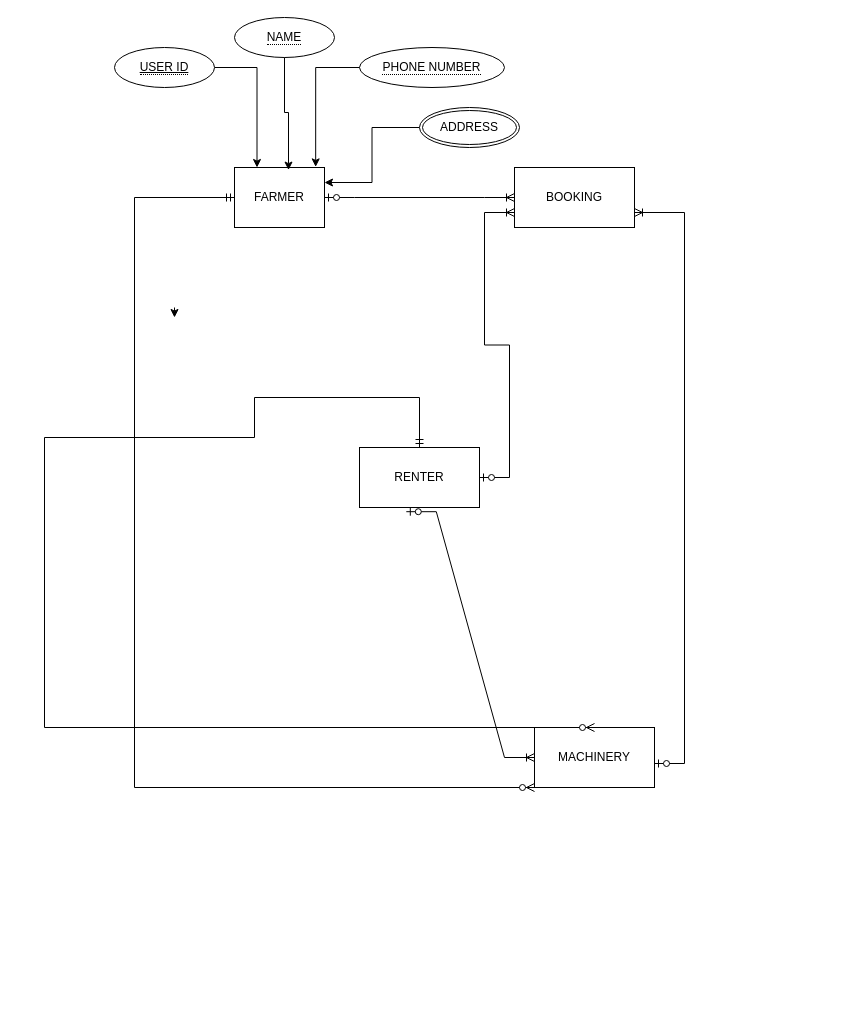
The draw.io diagram src/pages/homepage/Untitled Diagram.drawio in amani387/crwn-clothing, before the edit. Source tidied: cells renumbered, new cells numbered last; positions are measured from the earlier drawing's top-left corner, leaving out a move shared by most shapes. Both pictures are drawn from the tidied source at 100%, with x=0, y=0 at pixel (44, 17).
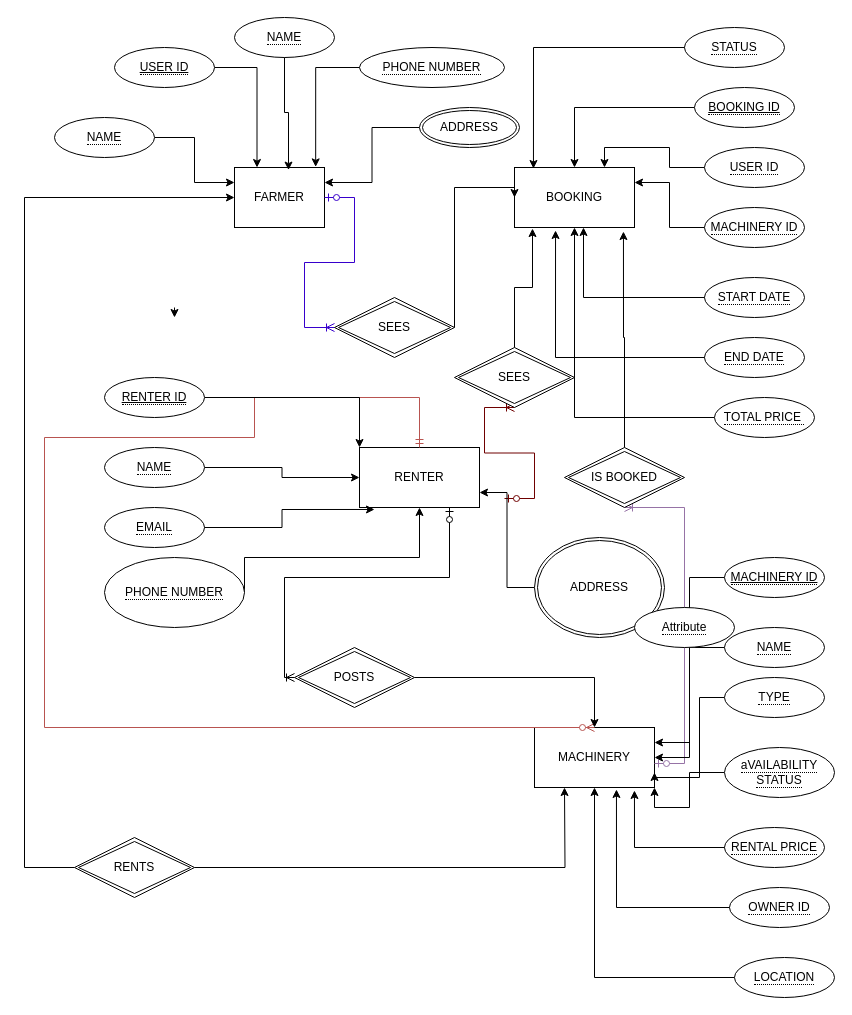
Above is the later version.

Unchanged cells that the change refers to:
```xml
<mxCell id="2" value="MACHINERY" style="rounded=0;whiteSpace=wrap;html=1;" parent="1" vertex="1">
  <mxGeometry x="490" y="710" width="120" height="60" as="geometry" />
</mxCell>
<mxCell id="3" value="BOOKING" style="rounded=0;whiteSpace=wrap;html=1;" parent="1" vertex="1">
  <mxGeometry x="470" y="150" width="120" height="60" as="geometry" />
</mxCell>
<mxCell id="4" value="RENTER" style="rounded=0;whiteSpace=wrap;html=1;" parent="1" vertex="1">
  <mxGeometry x="315" y="430" width="120" height="60" as="geometry" />
</mxCell>
<mxCell id="5" value="FARMER" style="rounded=0;whiteSpace=wrap;html=1;" parent="1" vertex="1">
  <mxGeometry x="190" y="150" width="90" height="60" as="geometry" />
</mxCell>
```

What changed in the source:
```diff
@@
-    <mxCell id="7" style="edgeStyle=entityRelationEdgeStyle;fontSize=12;html=1;endArrow=ERoneToMany;startArrow=ERzeroToOne;rounded=0;exitX=1;exitY=0.5;exitDx=0;exitDy=0;entryX=0;entryY=0.75;entryDx=0;entryDy=0;" parent="1" edge="1" source="4" target="3">
+    <mxCell id="7" style="edgeStyle=entityRelationEdgeStyle;fontSize=12;html=1;endArrow=ERoneToMany;startArrow=ERzeroToOne;rounded=0;exitX=1;exitY=0.5;exitDx=0;exitDy=0;fillColor=#a20025;strokeColor=#6F0000;entryX=0.5;entryY=1;entryDx=0;entryDy=0;" parent="1" edge="1" target="71">
       <mxGeometry relative="1" as="geometry">
+        <mxPoint x="460" y="481" as="sourcePoint" />
         <Array as="points">
-          <mxPoint x="300" y="460" />
-          <mxPoint x="520" y="390" />
+          <mxPoint x="325" y="481" />
+          <mxPoint x="545" y="411" />
+          <mxPoint x="495" y="451" />
+          <mxPoint x="475" y="431" />
         </Array>
       </mxGeometry>
     </mxCell>
-    <mxCell id="8" style="edgeStyle=entityRelationEdgeStyle;fontSize=12;html=1;endArrow=ERoneToMany;startArrow=ERzeroToOne;rounded=0;exitX=1;exitY=0.5;exitDx=0;exitDy=0;" parent="1" edge="1" target="3">
+    <mxCell id="8" style="edgeStyle=entityRelationEdgeStyle;fontSize=12;html=1;endArrow=ERoneToMany;startArrow=ERzeroToOne;rounded=0;exitX=1;exitY=0.5;exitDx=0;exitDy=0;fillColor=#6a00ff;strokeColor=#3700CC;entryX=0;entryY=0.5;entryDx=0;entryDy=0;" parent="1" edge="1" target="66">
       <mxGeometry relative="1" as="geometry">
         <mxPoint x="280" y="180" as="sourcePoint" />
+        <Array as="points">
+          <mxPoint x="200" y="240" />
+        </Array>
       </mxGeometry>
     </mxCell>
-    <mxCell id="9" style="edgeStyle=entityRelationEdgeStyle;fontSize=12;html=1;endArrow=ERoneToMany;startArrow=ERzeroToOne;rounded=0;exitX=0.5;exitY=0;exitDx=0;exitDy=0;entryX=1;entryY=0.75;entryDx=0;entryDy=0;" parent="1" edge="1" target="3">
+    <mxCell id="9" style="edgeStyle=entityRelationEdgeStyle;fontSize=12;html=1;endArrow=ERoneToMany;startArrow=ERzeroToOne;rounded=0;exitX=0.5;exitY=0;exitDx=0;exitDy=0;fillColor=#e1d5e7;strokeColor=#9673a6;entryX=0.5;entryY=1;entryDx=0;entryDy=0;" parent="1" edge="1" target="69">
       <mxGeometry relative="1" as="geometry">
         <mxPoint x="610" y="746" as="sourcePoint" />
         <Array as="points">
           <mxPoint x="500" y="576" />
           <mxPoint x="640" y="576" />
           <mxPoint x="500" y="576" />
           <mxPoint x="740" y="596" />
           <mxPoint x="619" y="426" />
           <mxPoint x="720" y="506" />
         </Array>
       </mxGeometry>
     </mxCell>
-    <mxCell id="10" style="edgeStyle=entityRelationEdgeStyle;fontSize=12;html=1;endArrow=ERoneToMany;startArrow=ERzeroToOne;rounded=0;exitX=0.39;exitY=1.07;exitDx=0;exitDy=0;entryX=0;entryY=0.75;entryDx=0;entryDy=0;exitPerimeter=0;" parent="1" edge="1" source="4">
-      <mxGeometry relative="1" as="geometry">
-        <mxPoint x="490" y="740" as="targetPoint" />
-        <Array as="points">
-          <mxPoint x="210" y="600" />
-          <mxPoint x="300" y="855" />
-          <mxPoint x="520" y="785" />
-        </Array>
-      </mxGeometry>
+    <mxCell id="10" style="edgeStyle=orthogonalEdgeStyle;fontSize=12;html=1;endArrow=ERoneToMany;startArrow=ERzeroToOne;rounded=0;exitX=0.75;exitY=1;exitDx=0;exitDy=0;entryX=0;entryY=0.5;entryDx=0;entryDy=0;" parent="1" edge="1" source="4" target="68">
+      <mxGeometry relative="1" as="geometry" />
     </mxCell>
-    <mxCell id="11" style="edgeStyle=elbowEdgeStyle;fontSize=12;html=1;endArrow=ERzeroToMany;startArrow=ERmandOne;rounded=0;exitX=0;exitY=0.5;exitDx=0;exitDy=0;entryX=0;entryY=1;entryDx=0;entryDy=0;" parent="1" edge="1" source="5" target="2">
-      <mxGeometry relative="1" as="geometry">
-        <Array as="points">
-          <mxPoint x="90" y="190" />
-          <mxPoint x="70" y="190" />
-          <mxPoint x="50" y="520" />
-        </Array>
-      </mxGeometry>
-    </mxCell>
-    <mxCell id="12" style="edgeStyle=orthogonalEdgeStyle;fontSize=12;html=1;endArrow=ERzeroToMany;startArrow=ERmandOne;rounded=0;exitX=0.5;exitY=0;exitDx=0;exitDy=0;entryX=0.5;entryY=0;entryDx=0;entryDy=0;" parent="1" edge="1" source="4" target="2">
+    <mxCell id="12" style="edgeStyle=orthogonalEdgeStyle;fontSize=12;html=1;endArrow=ERzeroToMany;startArrow=ERmandOne;rounded=0;exitX=0.5;exitY=0;exitDx=0;exitDy=0;entryX=0.5;entryY=0;entryDx=0;entryDy=0;fillColor=#f8cecc;strokeColor=#b85450;" parent="1" edge="1" source="4" target="2">
       <mxGeometry relative="1" as="geometry">
         <Array as="points">
           <mxPoint x="375" y="380" />
           <mxPoint x="210" y="380" />
           <mxPoint x="210" y="420" />
           <mxPoint y="420" />
           <mxPoint y="710" />
         </Array>
       </mxGeometry>
     </mxCell>
@@
+    <mxCell id="21" style="edgeStyle=orthogonalEdgeStyle;rounded=0;jettySize=auto;html=1;entryX=0;entryY=0.5;entryDx=0;entryDy=0;" parent="1" edge="1" source="22" target="4">
+      <mxGeometry relative="1" as="geometry" />
+    </mxCell>
+    <mxCell id="22" value="&lt;span style=&quot;border-bottom: 1px dotted&quot;&gt;NAME&lt;/span&gt;" style="ellipse;whiteSpace=wrap;html=1;align=center;" parent="1" vertex="1">
+      <mxGeometry x="60" y="430" width="100" height="40" as="geometry" />
+    </mxCell>
+    <mxCell id="23" style="edgeStyle=orthogonalEdgeStyle;rounded=0;jettySize=auto;html=1;entryX=0;entryY=0;entryDx=0;entryDy=0;" parent="1" edge="1" source="24" target="4">
+      <mxGeometry relative="1" as="geometry" />
+    </mxCell>
+    <mxCell id="24" value="&lt;span style=&quot;border-bottom: 1px dotted&quot;&gt;&lt;u&gt;RENTER ID&lt;/u&gt;&lt;/span&gt;" style="ellipse;whiteSpace=wrap;html=1;align=center;" parent="1" vertex="1">
+      <mxGeometry x="60" y="360" width="100" height="40" as="geometry" />
+    </mxCell>
+    <mxCell id="25" value="&lt;span style=&quot;border-bottom: 1px dotted&quot;&gt;EMAIL&lt;/span&gt;" style="ellipse;whiteSpace=wrap;html=1;align=center;" parent="1" vertex="1">
+      <mxGeometry x="60" y="490" width="100" height="40" as="geometry" />
+    </mxCell>
+    <mxCell id="26" style="edgeStyle=orthogonalEdgeStyle;rounded=0;jettySize=auto;html=1;exitX=1;exitY=0.5;exitDx=0;exitDy=0;" parent="1" edge="1" source="27" target="4">
+      <mxGeometry relative="1" as="geometry">
+        <Array as="points">
+          <mxPoint x="200" y="540" />
+          <mxPoint x="375" y="540" />
+        </Array>
+      </mxGeometry>
+    </mxCell>
+    <mxCell id="27" value="&lt;span style=&quot;border-bottom: 1px dotted&quot;&gt;PHONE NUMBER&lt;/span&gt;" style="ellipse;whiteSpace=wrap;html=1;align=center;" parent="1" vertex="1">
+      <mxGeometry x="60" y="540" width="140" height="70" as="geometry" />
+    </mxCell>
+    <mxCell id="28" style="edgeStyle=orthogonalEdgeStyle;rounded=0;jettySize=auto;html=1;entryX=0.125;entryY=1.033;entryDx=0;entryDy=0;entryPerimeter=0;" parent="1" edge="1" source="25" target="4">
+      <mxGeometry relative="1" as="geometry" />
+    </mxCell>
+    <mxCell id="29" style="edgeStyle=orthogonalEdgeStyle;rounded=0;jettySize=auto;html=1;entryX=1;entryY=0.75;entryDx=0;entryDy=0;" parent="1" edge="1" source="30" target="4">
+      <mxGeometry relative="1" as="geometry" />
+    </mxCell>
+    <mxCell id="30" value="ADDRESS" style="ellipse;shape=doubleEllipse;margin=3;whiteSpace=wrap;html=1;align=center;" parent="1" vertex="1">
+      <mxGeometry x="490" y="520" width="130" height="100" as="geometry" />
+    </mxCell>
+    <mxCell id="31" style="edgeStyle=orthogonalEdgeStyle;rounded=0;jettySize=auto;html=1;entryX=0;entryY=0.25;entryDx=0;entryDy=0;" parent="1" edge="1" source="32" target="5">
+      <mxGeometry relative="1" as="geometry" />
+    </mxCell>
+    <mxCell id="32" value="&lt;span style=&quot;border-bottom: 1px dotted&quot;&gt;NAME&lt;/span&gt;" style="ellipse;whiteSpace=wrap;html=1;align=center;" parent="1" vertex="1">
+      <mxGeometry x="10" y="100" width="100" height="40" as="geometry" />
+    </mxCell>
+    <mxCell id="33" style="edgeStyle=orthogonalEdgeStyle;rounded=0;jettySize=auto;html=1;entryX=0.75;entryY=0;entryDx=0;entryDy=0;" parent="1" edge="1" source="34" target="3">
+      <mxGeometry relative="1" as="geometry" />
+    </mxCell>
+    <mxCell id="34" value="&lt;span style=&quot;border-bottom: 1px dotted&quot;&gt;USER ID&lt;/span&gt;" style="ellipse;whiteSpace=wrap;html=1;align=center;" parent="1" vertex="1">
+      <mxGeometry x="660" y="130" width="100" height="40" as="geometry" />
+    </mxCell>
+    <mxCell id="35" style="edgeStyle=orthogonalEdgeStyle;rounded=0;jettySize=auto;html=1;" parent="1" edge="1" source="36" target="3">
+      <mxGeometry relative="1" as="geometry" />
+    </mxCell>
+    <mxCell id="36" value="&lt;span style=&quot;border-bottom: 1px dotted&quot;&gt;&lt;u&gt;BOOKING ID&lt;/u&gt;&lt;/span&gt;" style="ellipse;whiteSpace=wrap;html=1;align=center;" parent="1" vertex="1">
+      <mxGeometry x="650" y="70" width="100" height="40" as="geometry" />
+    </mxCell>
+    <mxCell id="37" style="edgeStyle=orthogonalEdgeStyle;rounded=0;jettySize=auto;html=1;entryX=1;entryY=0.25;entryDx=0;entryDy=0;" parent="1" edge="1" source="38" target="3">
+      <mxGeometry relative="1" as="geometry" />
+    </mxCell>
+    <mxCell id="38" value="&lt;span style=&quot;border-bottom: 1px dotted&quot;&gt;MACHINERY ID&lt;/span&gt;" style="ellipse;whiteSpace=wrap;html=1;align=center;" parent="1" vertex="1">
+      <mxGeometry x="660" y="190" width="100" height="40" as="geometry" />
+    </mxCell>
+    <mxCell id="39" value="&lt;span style=&quot;border-bottom: 1px dotted&quot;&gt;START DATE&lt;/span&gt;" style="ellipse;whiteSpace=wrap;html=1;align=center;" parent="1" vertex="1">
+      <mxGeometry x="660" y="260" width="100" height="40" as="geometry" />
+    </mxCell>
+    <mxCell id="40" style="edgeStyle=orthogonalEdgeStyle;rounded=0;jettySize=auto;html=1;entryX=0.575;entryY=1;entryDx=0;entryDy=0;entryPerimeter=0;" parent="1" edge="1" source="39" target="3">
+      <mxGeometry relative="1" as="geometry" />
+    </mxCell>
+    <mxCell id="41" value="&lt;span style=&quot;border-bottom: 1px dotted&quot;&gt;END DATE&lt;/span&gt;" style="ellipse;whiteSpace=wrap;html=1;align=center;" parent="1" vertex="1">
+      <mxGeometry x="660" y="320" width="100" height="40" as="geometry" />
+    </mxCell>
+    <mxCell id="42" style="edgeStyle=orthogonalEdgeStyle;rounded=0;jettySize=auto;html=1;entryX=0.342;entryY=1.05;entryDx=0;entryDy=0;entryPerimeter=0;" parent="1" edge="1" source="41" target="3">
+      <mxGeometry relative="1" as="geometry" />
+    </mxCell>
+    <mxCell id="43" style="edgeStyle=orthogonalEdgeStyle;rounded=0;jettySize=auto;html=1;" parent="1" edge="1" source="44" target="3">
+      <mxGeometry relative="1" as="geometry" />
+    </mxCell>
+    <mxCell id="44" value="&lt;span style=&quot;border-bottom: 1px dotted&quot;&gt;TOTAL PRICE&amp;nbsp;&lt;/span&gt;" style="ellipse;whiteSpace=wrap;html=1;align=center;" parent="1" vertex="1">
+      <mxGeometry x="670" y="380" width="100" height="40" as="geometry" />
+    </mxCell>
+    <mxCell id="45" value="&lt;span style=&quot;border-bottom: 1px dotted&quot;&gt;STATUS&lt;/span&gt;" style="ellipse;whiteSpace=wrap;html=1;align=center;" parent="1" vertex="1">
+      <mxGeometry x="640" y="10" width="100" height="40" as="geometry" />
+    </mxCell>
+    <mxCell id="46" style="edgeStyle=orthogonalEdgeStyle;rounded=0;jettySize=auto;html=1;entryX=0.158;entryY=0.017;entryDx=0;entryDy=0;entryPerimeter=0;" parent="1" edge="1" source="45" target="3">
+      <mxGeometry relative="1" as="geometry" />
+    </mxCell>
+    <mxCell id="47" style="edgeStyle=orthogonalEdgeStyle;rounded=0;jettySize=auto;html=1;entryX=1;entryY=0.25;entryDx=0;entryDy=0;" parent="1" edge="1" source="48" target="2">
+      <mxGeometry relative="1" as="geometry" />
+    </mxCell>
+    <mxCell id="48" value="&lt;span style=&quot;border-bottom: 1px dotted&quot;&gt;&lt;u&gt;MACHINERY ID&lt;/u&gt;&lt;/span&gt;" style="ellipse;whiteSpace=wrap;html=1;align=center;" parent="1" vertex="1">
+      <mxGeometry x="680" y="540" width="100" height="40" as="geometry" />
+    </mxCell>
+    <mxCell id="49" style="edgeStyle=orthogonalEdgeStyle;rounded=0;jettySize=auto;html=1;entryX=1;entryY=0.5;entryDx=0;entryDy=0;" parent="1" edge="1" source="50" target="2">
+      <mxGeometry relative="1" as="geometry" />
+    </mxCell>
+    <mxCell id="50" value="&lt;span style=&quot;border-bottom: 1px dotted&quot;&gt;NAME&lt;/span&gt;" style="ellipse;whiteSpace=wrap;html=1;align=center;" parent="1" vertex="1">
+      <mxGeometry x="680" y="610" width="100" height="40" as="geometry" />
+    </mxCell>
+    <mxCell id="51" style="edgeStyle=orthogonalEdgeStyle;rounded=0;jettySize=auto;html=1;entryX=1;entryY=0.75;entryDx=0;entryDy=0;" parent="1" edge="1" source="52" target="2">
+      <mxGeometry relative="1" as="geometry">
+        <Array as="points">
+          <mxPoint x="655" y="680" />
+          <mxPoint x="655" y="760" />
+          <mxPoint x="610" y="760" />
+        </Array>
+      </mxGeometry>
+    </mxCell>
+    <mxCell id="52" value="&lt;span style=&quot;border-bottom: 1px dotted&quot;&gt;TYPE&lt;/span&gt;" style="ellipse;whiteSpace=wrap;html=1;align=center;" parent="1" vertex="1">
+      <mxGeometry x="680" y="660" width="100" height="40" as="geometry" />
+    </mxCell>
+    <mxCell id="53" style="edgeStyle=orthogonalEdgeStyle;rounded=0;jettySize=auto;html=1;entryX=1;entryY=1;entryDx=0;entryDy=0;" parent="1" edge="1" source="54" target="2">
+      <mxGeometry relative="1" as="geometry" />
+    </mxCell>
+    <mxCell id="54" value="&lt;span style=&quot;border-bottom: 1px dotted&quot;&gt;aVAILABILITY STATUS&lt;/span&gt;" style="ellipse;whiteSpace=wrap;html=1;align=center;" parent="1" vertex="1">
+      <mxGeometry x="680" y="730" width="110" height="50" as="geometry" />
+    </mxCell>
+    <mxCell id="55" value="&lt;span style=&quot;border-bottom: 1px dotted&quot;&gt;RENTAL PRICE&lt;/span&gt;" style="ellipse;whiteSpace=wrap;html=1;align=center;" parent="1" vertex="1">
+      <mxGeometry x="680" y="810" width="100" height="40" as="geometry" />
+    </mxCell>
+    <mxCell id="56" style="edgeStyle=orthogonalEdgeStyle;rounded=0;jettySize=auto;html=1;entryX=0.833;entryY=1.05;entryDx=0;entryDy=0;entryPerimeter=0;" parent="1" edge="1" source="55" target="2">
+      <mxGeometry relative="1" as="geometry" />
+    </mxCell>
+    <mxCell id="57" value="&lt;span style=&quot;border-bottom: 1px dotted&quot;&gt;OWNER ID&lt;/span&gt;" style="ellipse;whiteSpace=wrap;html=1;align=center;" parent="1" vertex="1">
+      <mxGeometry x="685" y="870" width="100" height="40" as="geometry" />
+    </mxCell>
+    <mxCell id="58" style="edgeStyle=orthogonalEdgeStyle;rounded=0;jettySize=auto;html=1;entryX=0.683;entryY=1.033;entryDx=0;entryDy=0;entryPerimeter=0;" parent="1" edge="1" source="57" target="2">
+      <mxGeometry relative="1" as="geometry" />
+    </mxCell>
+    <mxCell id="59" value="&lt;span style=&quot;border-bottom: 1px dotted&quot;&gt;Attribute&lt;/span&gt;" style="ellipse;whiteSpace=wrap;html=1;align=center;" parent="1" vertex="1">
+      <mxGeometry x="590" y="590" width="100" height="40" as="geometry" />
+    </mxCell>
+    <mxCell id="60" style="edgeStyle=orthogonalEdgeStyle;rounded=0;jettySize=auto;html=1;entryX=0.5;entryY=1;entryDx=0;entryDy=0;" parent="1" edge="1" source="61" target="2">
+      <mxGeometry relative="1" as="geometry" />
+    </mxCell>
+    <mxCell id="61" value="&lt;span style=&quot;border-bottom: 1px dotted&quot;&gt;LOCATION&lt;/span&gt;" style="ellipse;whiteSpace=wrap;html=1;align=center;" parent="1" vertex="1">
+      <mxGeometry x="690" y="940" width="100" height="40" as="geometry" />
+    </mxCell>
+    <mxCell id="62" style="edgeStyle=orthogonalEdgeStyle;rounded=0;jettySize=auto;html=1;exitX=1;exitY=0.5;exitDx=0;exitDy=0;" parent="1" edge="1" source="64">
+      <mxGeometry relative="1" as="geometry">
+        <mxPoint x="520" y="770" as="targetPoint" />
+      </mxGeometry>
+    </mxCell>
+    <mxCell id="63" style="edgeStyle=elbowEdgeStyle;rounded=0;jettySize=auto;html=1;entryX=-0.056;entryY=0.633;entryDx=0;entryDy=0;exitX=0;exitY=0.5;exitDx=0;exitDy=0;entryPerimeter=0;" parent="1" edge="1" source="64">
+      <mxGeometry relative="1" as="geometry">
+        <mxPoint x="190" y="180" as="targetPoint" />
+        <Array as="points">
+          <mxPoint x="-20" y="520" />
+        </Array>
+      </mxGeometry>
+    </mxCell>
+    <mxCell id="64" value="RENTS" style="shape=rhombus;double=1;perimeter=rhombusPerimeter;whiteSpace=wrap;html=1;align=center;" parent="1" vertex="1">
+      <mxGeometry x="30" y="820" width="120" height="60" as="geometry" />
+    </mxCell>
+    <mxCell id="65" style="edgeStyle=orthogonalEdgeStyle;rounded=0;jettySize=auto;html=1;entryX=0;entryY=0.5;entryDx=0;entryDy=0;" parent="1" edge="1" source="66" target="3">
+      <mxGeometry relative="1" as="geometry">
+        <Array as="points">
+          <mxPoint x="410" y="280" />
+          <mxPoint x="410" y="170" />
+          <mxPoint x="470" y="170" />
+        </Array>
+      </mxGeometry>
+    </mxCell>
+    <mxCell id="66" value="SEES" style="shape=rhombus;double=1;perimeter=rhombusPerimeter;whiteSpace=wrap;html=1;align=center;" parent="1" vertex="1">
+      <mxGeometry x="290" y="280" width="120" height="60" as="geometry" />
+    </mxCell>
+    <mxCell id="67" style="edgeStyle=orthogonalEdgeStyle;rounded=0;jettySize=auto;html=1;entryX=0.5;entryY=0;entryDx=0;entryDy=0;" parent="1" edge="1" source="68" target="2">
+      <mxGeometry relative="1" as="geometry" />
+    </mxCell>
+    <mxCell id="68" value="POSTS" style="shape=rhombus;double=1;perimeter=rhombusPerimeter;whiteSpace=wrap;html=1;align=center;" parent="1" vertex="1">
+      <mxGeometry x="250" y="630" width="120" height="60" as="geometry" />
+    </mxCell>
+    <mxCell id="69" value="IS BOOKED" style="shape=rhombus;double=1;perimeter=rhombusPerimeter;whiteSpace=wrap;html=1;align=center;" parent="1" vertex="1">
+      <mxGeometry x="520" y="430" width="120" height="60" as="geometry" />
+    </mxCell>
+    <mxCell id="70" style="edgeStyle=orthogonalEdgeStyle;rounded=0;jettySize=auto;html=1;entryX=0.908;entryY=1.067;entryDx=0;entryDy=0;entryPerimeter=0;" parent="1" edge="1" source="69" target="3">
+      <mxGeometry relative="1" as="geometry" />
+    </mxCell>
+    <mxCell id="71" value="SEES" style="shape=rhombus;double=1;perimeter=rhombusPerimeter;whiteSpace=wrap;html=1;align=center;" parent="1" vertex="1">
+      <mxGeometry x="410" y="330" width="120" height="60" as="geometry" />
+    </mxCell>
+    <mxCell id="72" style="edgeStyle=orthogonalEdgeStyle;rounded=0;jettySize=auto;html=1;entryX=0.15;entryY=1.017;entryDx=0;entryDy=0;entryPerimeter=0;" parent="1" edge="1" source="71" target="3">
+      <mxGeometry relative="1" as="geometry" />
+    </mxCell>
```
